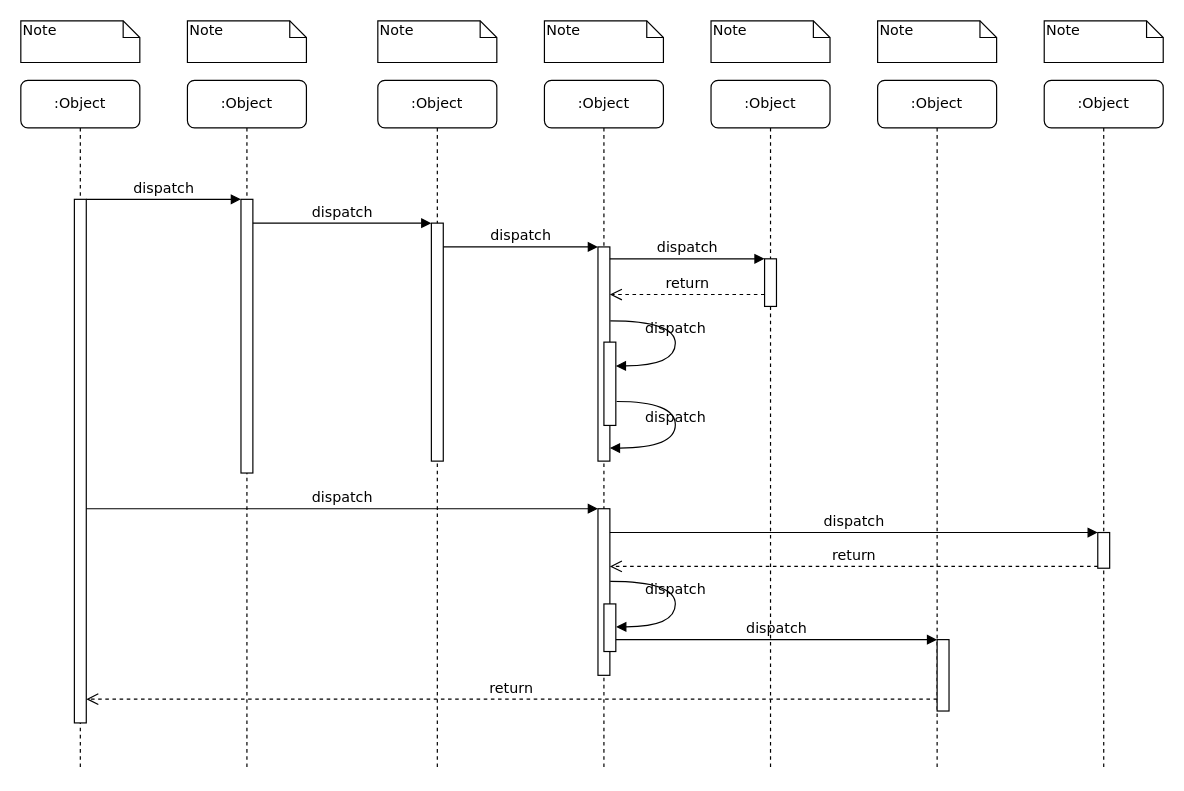
Above: jwt-apollo-sequence.drawio in yindongjun/drawio-2 (draw.io), before the change. Source tidied: cells renumbered, new cells numbered last; positions are measured from the earlier drawing's top-left corner, leaving out a move shared by most shapes. Both pictures are drawn from the tidied source at 119%, with x=0, y=0 at pixel (20, 20).
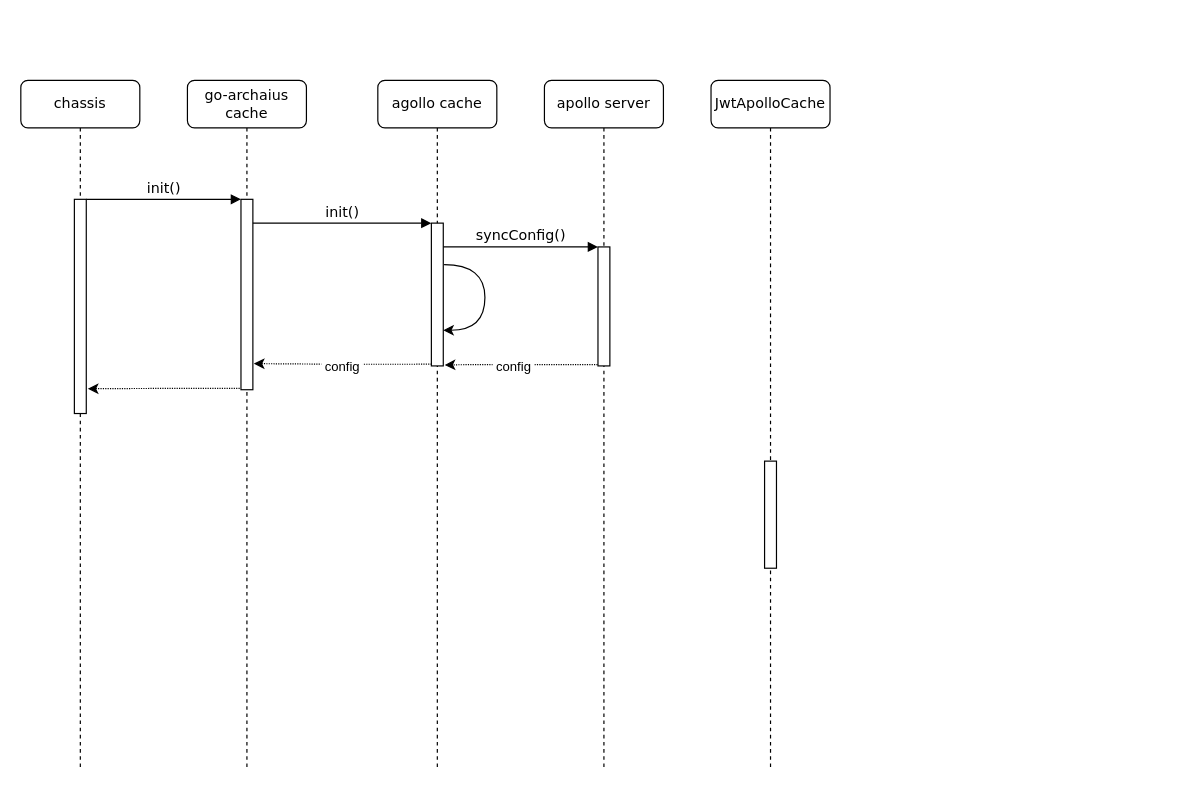
The same page after the edit.

Change to the diagram source:
```diff
@@
-    <mxCell id="2" value=":Object" style="shape=umlLifeline;perimeter=lifelinePerimeter;whiteSpace=wrap;html=1;rounded=1;shadow=0;comic=0;labelBackgroundColor=none;strokeWidth=1;fontFamily=Verdana;fontSize=12;align=center;" parent="1" vertex="1">
+    <mxCell id="2" value="go-archaius cache" style="shape=umlLifeline;perimeter=lifelinePerimeter;whiteSpace=wrap;html=1;rounded=1;shadow=0;comic=0;labelBackgroundColor=none;strokeWidth=1;fontFamily=Verdana;fontSize=12;align=center;" parent="1" vertex="1">
       <mxGeometry x="140" y="50" width="100" height="580" as="geometry" />
     </mxCell>
     <mxCell id="3" style="html=1;points=[];perimeter=orthogonalPerimeter;rounded=0;shadow=0;comic=0;labelBackgroundColor=none;strokeWidth=1;fontFamily=Verdana;fontSize=12;align=center;" parent="2" vertex="1">
-      <mxGeometry x="45" y="100" width="10" height="230" as="geometry" />
+      <mxGeometry x="45" y="100" width="10" height="160" as="geometry" />
     </mxCell>
-    <mxCell id="4" value=":Object" style="shape=umlLifeline;perimeter=lifelinePerimeter;whiteSpace=wrap;html=1;rounded=1;shadow=0;comic=0;labelBackgroundColor=none;strokeWidth=1;fontFamily=Verdana;fontSize=12;align=center;" parent="1" vertex="1">
+    <mxCell id="4" value="agollo cache" style="shape=umlLifeline;perimeter=lifelinePerimeter;whiteSpace=wrap;html=1;rounded=1;shadow=0;comic=0;labelBackgroundColor=none;strokeWidth=1;fontFamily=Verdana;fontSize=12;align=center;" parent="1" vertex="1">
       <mxGeometry x="300" y="50" width="100" height="580" as="geometry" />
     </mxCell>
     <mxCell id="5" style="html=1;points=[];perimeter=orthogonalPerimeter;rounded=0;shadow=0;comic=0;labelBackgroundColor=none;strokeWidth=1;fontFamily=Verdana;fontSize=12;align=center;" parent="4" vertex="1">
-      <mxGeometry x="45" y="120" width="10" height="200" as="geometry" />
+      <mxGeometry x="45" y="120" width="10" height="120" as="geometry" />
     </mxCell>
+    <mxCell id="39" style="edgeStyle=orthogonalEdgeStyle;orthogonalLoop=1;jettySize=auto;html=1;entryX=0.996;entryY=0.75;entryDx=0;entryDy=0;entryPerimeter=0;exitX=1.067;exitY=0.291;exitDx=0;exitDy=0;exitPerimeter=0;curved=1;" parent="4" edge="1" source="5" target="5">
+      <mxGeometry relative="1" as="geometry">
+        <Array as="points">
+          <mxPoint x="90" y="155" />
+          <mxPoint x="90" y="210" />
+        </Array>
+      </mxGeometry>
+    </mxCell>
-    <mxCell id="6" value=":Object" style="shape=umlLifeline;perimeter=lifelinePerimeter;whiteSpace=wrap;html=1;rounded=1;shadow=0;comic=0;labelBackgroundColor=none;strokeWidth=1;fontFamily=Verdana;fontSize=12;align=center;" parent="1" vertex="1">
+    <mxCell id="6" value="apollo server" style="shape=umlLifeline;perimeter=lifelinePerimeter;whiteSpace=wrap;html=1;rounded=1;shadow=0;comic=0;labelBackgroundColor=none;strokeWidth=1;fontFamily=Verdana;fontSize=12;align=center;" parent="1" vertex="1">
       <mxGeometry x="440" y="50" width="100" height="580" as="geometry" />
     </mxCell>
-    <mxCell id="7" value=":Object" style="shape=umlLifeline;perimeter=lifelinePerimeter;whiteSpace=wrap;html=1;rounded=1;shadow=0;comic=0;labelBackgroundColor=none;strokeWidth=1;fontFamily=Verdana;fontSize=12;align=center;" parent="1" vertex="1">
+    <mxCell id="7" value="JwtApolloCache" style="shape=umlLifeline;perimeter=lifelinePerimeter;whiteSpace=wrap;html=1;rounded=1;shadow=0;comic=0;labelBackgroundColor=none;strokeWidth=1;fontFamily=Verdana;fontSize=12;align=center;" parent="1" vertex="1">
       <mxGeometry x="580" y="50" width="100" height="580" as="geometry" />
     </mxCell>
-    <mxCell id="8" value=":Object" style="shape=umlLifeline;perimeter=lifelinePerimeter;whiteSpace=wrap;html=1;rounded=1;shadow=0;comic=0;labelBackgroundColor=none;strokeWidth=1;fontFamily=Verdana;fontSize=12;align=center;" parent="1" vertex="1">
-      <mxGeometry x="720" y="50" width="100" height="580" as="geometry" />
-    </mxCell>
-    <mxCell id="9" value=":Object" style="shape=umlLifeline;perimeter=lifelinePerimeter;whiteSpace=wrap;html=1;rounded=1;shadow=0;comic=0;labelBackgroundColor=none;strokeWidth=1;fontFamily=Verdana;fontSize=12;align=center;" parent="1" vertex="1">
-      <mxGeometry x="860" y="50" width="100" height="580" as="geometry" />
-    </mxCell>
+    <mxCell id="40" style="html=1;perimeter=orthogonalPerimeter;rounded=0;shadow=0;comic=0;labelBackgroundColor=none;strokeWidth=1;fontFamily=Verdana;fontSize=12;align=center;" parent="7" vertex="1">
+      <mxGeometry x="45" y="320" width="10" height="90" as="geometry" />
+    </mxCell>
-    <mxCell id="10" value=":Object" style="shape=umlLifeline;perimeter=lifelinePerimeter;whiteSpace=wrap;html=1;rounded=1;shadow=0;comic=0;labelBackgroundColor=none;strokeWidth=1;fontFamily=Verdana;fontSize=12;align=center;" parent="1" vertex="1">
+    <mxCell id="10" value="chassis" style="shape=umlLifeline;perimeter=lifelinePerimeter;whiteSpace=wrap;html=1;rounded=1;shadow=0;comic=0;labelBackgroundColor=none;strokeWidth=1;fontFamily=Verdana;fontSize=12;align=center;" parent="1" vertex="1">
       <mxGeometry y="50" width="100" height="580" as="geometry" />
     </mxCell>
     <mxCell id="11" style="html=1;points=[];perimeter=orthogonalPerimeter;rounded=0;shadow=0;comic=0;labelBackgroundColor=none;strokeWidth=1;fontFamily=Verdana;fontSize=12;align=center;" parent="10" vertex="1">
-      <mxGeometry x="45" y="100" width="10" height="440" as="geometry" />
+      <mxGeometry x="45" y="100" width="10" height="180" as="geometry" />
     </mxCell>
+    <mxCell id="41" style="edgeStyle=orthogonalEdgeStyle;rounded=0;jettySize=auto;html=1;entryX=1.118;entryY=0.993;entryDx=0;entryDy=0;entryPerimeter=0;exitX=-0.033;exitY=0.989;exitDx=0;exitDy=0;exitPerimeter=0;dashed=1;dashPattern=1 1;" parent="1" edge="1" source="12" target="5">
+      <mxGeometry relative="1" as="geometry">
+        <Array as="points">
+          <mxPoint x="380" y="289" />
+          <mxPoint x="380" y="289" />
+        </Array>
+      </mxGeometry>
+    </mxCell>
+    <mxCell id="42" value="&amp;nbsp;config&amp;nbsp;" style="edgeLabel;html=1;align=center;verticalAlign=middle;" parent="41" vertex="1">
+      <mxGeometry x="0.11" y="2" relative="1" as="geometry" />
+    </mxCell>
     <mxCell id="12" style="html=1;points=[];perimeter=orthogonalPerimeter;rounded=0;shadow=0;comic=0;labelBackgroundColor=none;strokeWidth=1;fontFamily=Verdana;fontSize=12;align=center;" parent="1" vertex="1">
-      <mxGeometry x="485" y="190" width="10" height="180" as="geometry" />
+      <mxGeometry x="485" y="190" width="10" height="100" as="geometry" />
     </mxCell>
-    <mxCell id="13" value="dispatch" style="html=1;verticalAlign=bottom;endArrow=block;labelBackgroundColor=none;fontFamily=Verdana;fontSize=12;edgeStyle=elbowEdgeStyle;elbow=vertical;" parent="1" edge="1" source="5" target="12">
+    <mxCell id="13" value="syncConfig()" style="html=1;verticalAlign=bottom;endArrow=block;labelBackgroundColor=none;fontFamily=Verdana;fontSize=12;edgeStyle=elbowEdgeStyle;elbow=vertical;" parent="1" edge="1" source="5" target="12">
       <mxGeometry relative="1" as="geometry">
         <Array as="points">
           <mxPoint x="360" y="190" />
         </Array>
       </mxGeometry>
     </mxCell>
-    <mxCell id="14" style="html=1;points=[];perimeter=orthogonalPerimeter;rounded=0;shadow=0;comic=0;labelBackgroundColor=none;strokeWidth=1;fontFamily=Verdana;fontSize=12;align=center;" parent="1" vertex="1">
-      <mxGeometry x="625" y="200" width="10" height="40" as="geometry" />
-    </mxCell>
-    <mxCell id="15" value="dispatch" style="html=1;verticalAlign=bottom;endArrow=block;entryX=0;entryY=0;labelBackgroundColor=none;fontFamily=Verdana;fontSize=12;edgeStyle=elbowEdgeStyle;elbow=vertical;" parent="1" edge="1" source="12" target="14">
-      <mxGeometry relative="1" as="geometry" />
-    </mxCell>
-    <mxCell id="16" value="return" style="html=1;verticalAlign=bottom;endArrow=open;dashed=1;endSize=8;labelBackgroundColor=none;fontFamily=Verdana;fontSize=12;edgeStyle=elbowEdgeStyle;elbow=vertical;" parent="1" edge="1" source="14" target="12">
-      <mxGeometry relative="1" as="geometry">
-        <Array as="points">
-          <mxPoint x="570" y="230" />
-          <mxPoint x="600" y="230" />
-        </Array>
-      </mxGeometry>
-    </mxCell>
-    <mxCell id="17" style="html=1;points=[];perimeter=orthogonalPerimeter;rounded=0;shadow=0;comic=0;labelBackgroundColor=none;strokeWidth=1;fontFamily=Verdana;fontSize=12;align=center;" parent="1" vertex="1">
-      <mxGeometry x="485" y="410" width="10" height="140" as="geometry" />
-    </mxCell>
-    <mxCell id="18" value="dispatch" style="html=1;verticalAlign=bottom;endArrow=block;entryX=0;entryY=0;labelBackgroundColor=none;fontFamily=Verdana;fontSize=12;" parent="1" edge="1" source="11" target="17">
-      <mxGeometry relative="1" as="geometry" />
-    </mxCell>
-    <mxCell id="19" style="html=1;points=[];perimeter=orthogonalPerimeter;rounded=0;shadow=0;comic=0;labelBackgroundColor=none;strokeColor=#000000;strokeWidth=1;fillColor=#FFFFFF;fontFamily=Verdana;fontSize=12;fontColor=#000000;align=center;" parent="1" vertex="1">
-      <mxGeometry x="905" y="430" width="10" height="30" as="geometry" />
-    </mxCell>
-    <mxCell id="20" value="dispatch" style="html=1;verticalAlign=bottom;endArrow=block;entryX=0;entryY=0;labelBackgroundColor=none;fontFamily=Verdana;fontSize=12;" parent="1" edge="1" source="17" target="19">
-      <mxGeometry relative="1" as="geometry" />
-    </mxCell>
-    <mxCell id="21" value="return" style="html=1;verticalAlign=bottom;endArrow=open;dashed=1;endSize=8;exitX=0;exitY=0.95;labelBackgroundColor=none;fontFamily=Verdana;fontSize=12;" parent="1" edge="1" source="19" target="17">
-      <mxGeometry relative="1" as="geometry" />
-    </mxCell>
-    <mxCell id="22" style="html=1;points=[];perimeter=orthogonalPerimeter;rounded=0;shadow=0;comic=0;labelBackgroundColor=none;strokeWidth=1;fontFamily=Verdana;fontSize=12;align=center;" parent="1" vertex="1">
-      <mxGeometry x="770" y="520" width="10" height="60" as="geometry" />
-    </mxCell>
-    <mxCell id="23" value="dispatch" style="html=1;verticalAlign=bottom;endArrow=block;entryX=0;entryY=0;labelBackgroundColor=none;fontFamily=Verdana;fontSize=12;edgeStyle=elbowEdgeStyle;elbow=vertical;" parent="1" edge="1" source="30" target="22">
-      <mxGeometry relative="1" as="geometry" />
-    </mxCell>
-    <mxCell id="24" value="return" style="html=1;verticalAlign=bottom;endArrow=open;dashed=1;endSize=8;labelBackgroundColor=none;fontFamily=Verdana;fontSize=12;edgeStyle=elbowEdgeStyle;elbow=vertical;" parent="1" edge="1" source="22" target="11">
-      <mxGeometry relative="1" as="geometry">
-        <Array as="points">
-          <mxPoint x="470" y="570" />
-        </Array>
-      </mxGeometry>
-    </mxCell>
-    <mxCell id="25" value="dispatch" style="html=1;verticalAlign=bottom;endArrow=block;entryX=0;entryY=0;labelBackgroundColor=none;fontFamily=Verdana;fontSize=12;edgeStyle=elbowEdgeStyle;elbow=vertical;" parent="1" edge="1" source="11" target="3">
+    <mxCell id="25" value="init()" style="html=1;verticalAlign=bottom;endArrow=block;entryX=0;entryY=0;labelBackgroundColor=none;fontFamily=Verdana;fontSize=12;edgeStyle=elbowEdgeStyle;elbow=vertical;" parent="1" edge="1" source="11" target="3">
       <mxGeometry relative="1" as="geometry" />
     </mxCell>
-    <mxCell id="26" value="dispatch" style="html=1;verticalAlign=bottom;endArrow=block;entryX=0;entryY=0;labelBackgroundColor=none;fontFamily=Verdana;fontSize=12;edgeStyle=elbowEdgeStyle;elbow=vertical;" parent="1" edge="1" source="3" target="5">
+    <mxCell id="26" value="init()" style="html=1;verticalAlign=bottom;endArrow=block;entryX=0;entryY=0;labelBackgroundColor=none;fontFamily=Verdana;fontSize=12;edgeStyle=elbowEdgeStyle;elbow=vertical;" parent="1" edge="1" source="3" target="5">
       <mxGeometry relative="1" as="geometry" />
     </mxCell>
-    <mxCell id="27" style="html=1;points=[];perimeter=orthogonalPerimeter;rounded=0;shadow=0;comic=0;labelBackgroundColor=none;strokeWidth=1;fontFamily=Verdana;fontSize=12;align=center;" parent="1" vertex="1">
-      <mxGeometry x="490" y="270" width="10" height="70" as="geometry" />
-    </mxCell>
-    <mxCell id="28" value="dispatch" style="html=1;verticalAlign=bottom;endArrow=block;labelBackgroundColor=none;fontFamily=Verdana;fontSize=12;elbow=vertical;edgeStyle=orthogonalEdgeStyle;curved=1;entryX=1;entryY=0.286;entryPerimeter=0;exitX=1.038;exitY=0.345;exitPerimeter=0;" parent="1" edge="1" source="12" target="27">
-      <mxGeometry relative="1" as="geometry">
-        <Array as="points">
-          <mxPoint x="550" y="252" />
-          <mxPoint x="550" y="290" />
-        </Array>
-      </mxGeometry>
-    </mxCell>
-    <mxCell id="29" value="dispatch" style="html=1;verticalAlign=bottom;endArrow=block;labelBackgroundColor=none;fontFamily=Verdana;fontSize=12;elbow=vertical;edgeStyle=orthogonalEdgeStyle;curved=1;exitX=1.066;exitY=0.713;exitPerimeter=0;" parent="1" edge="1" source="27">
-      <mxGeometry relative="1" as="geometry">
-        <mxPoint x="495" y="359" as="targetPoint" />
-        <Array as="points">
-          <mxPoint x="550" y="320" />
-          <mxPoint x="550" y="359" />
-        </Array>
-      </mxGeometry>
-    </mxCell>
-    <mxCell id="30" style="html=1;points=[];perimeter=orthogonalPerimeter;rounded=0;shadow=0;comic=0;labelBackgroundColor=none;strokeWidth=1;fontFamily=Verdana;fontSize=12;align=center;" parent="1" vertex="1">
-      <mxGeometry x="490" y="490" width="10" height="40" as="geometry" />
-    </mxCell>
-    <mxCell id="31" value="dispatch" style="html=1;verticalAlign=bottom;endArrow=block;labelBackgroundColor=none;fontFamily=Verdana;fontSize=12;elbow=vertical;edgeStyle=orthogonalEdgeStyle;curved=1;entryX=1;entryY=0.286;entryPerimeter=0;exitX=1.038;exitY=0.345;exitPerimeter=0;" parent="1" edge="1">
-      <mxGeometry relative="1" as="geometry">
-        <mxPoint x="495.3" y="471" as="sourcePoint" />
-        <mxPoint x="500.3" y="509.3" as="targetPoint" />
-        <Array as="points">
-          <mxPoint x="550" y="471" />
-          <mxPoint x="550" y="509" />
-        </Array>
-      </mxGeometry>
-    </mxCell>
-    <mxCell id="32" value="Note" style="shape=note;whiteSpace=wrap;html=1;size=14;verticalAlign=top;align=left;spacingTop=-6;rounded=0;shadow=0;comic=0;labelBackgroundColor=none;strokeWidth=1;fontFamily=Verdana;fontSize=12;" parent="1" vertex="1">
-      <mxGeometry width="100" height="35" as="geometry" />
-    </mxCell>
-    <mxCell id="33" value="Note" style="shape=note;whiteSpace=wrap;html=1;size=14;verticalAlign=top;align=left;spacingTop=-6;rounded=0;shadow=0;comic=0;labelBackgroundColor=none;strokeWidth=1;fontFamily=Verdana;fontSize=12;" parent="1" vertex="1">
-      <mxGeometry x="140" width="100" height="35" as="geometry" />
-    </mxCell>
-    <mxCell id="34" value="Note" style="shape=note;whiteSpace=wrap;html=1;size=14;verticalAlign=top;align=left;spacingTop=-6;rounded=0;shadow=0;comic=0;labelBackgroundColor=none;strokeWidth=1;fontFamily=Verdana;fontSize=12;" parent="1" vertex="1">
-      <mxGeometry x="300" width="100" height="35" as="geometry" />
-    </mxCell>
-    <mxCell id="35" value="Note" style="shape=note;whiteSpace=wrap;html=1;size=14;verticalAlign=top;align=left;spacingTop=-6;rounded=0;shadow=0;comic=0;labelBackgroundColor=none;strokeWidth=1;fontFamily=Verdana;fontSize=12;" parent="1" vertex="1">
-      <mxGeometry x="440" width="100" height="35" as="geometry" />
-    </mxCell>
-    <mxCell id="36" value="Note" style="shape=note;whiteSpace=wrap;html=1;size=14;verticalAlign=top;align=left;spacingTop=-6;rounded=0;shadow=0;comic=0;labelBackgroundColor=none;strokeWidth=1;fontFamily=Verdana;fontSize=12;" parent="1" vertex="1">
-      <mxGeometry x="580" width="100" height="35" as="geometry" />
-    </mxCell>
-    <mxCell id="37" value="Note" style="shape=note;whiteSpace=wrap;html=1;size=14;verticalAlign=top;align=left;spacingTop=-6;rounded=0;shadow=0;comic=0;labelBackgroundColor=none;strokeWidth=1;fontFamily=Verdana;fontSize=12;" parent="1" vertex="1">
-      <mxGeometry x="720" width="100" height="35" as="geometry" />
-    </mxCell>
-    <mxCell id="38" value="Note" style="shape=note;whiteSpace=wrap;html=1;size=14;verticalAlign=top;align=left;spacingTop=-6;rounded=0;shadow=0;comic=0;labelBackgroundColor=none;strokeWidth=1;fontFamily=Verdana;fontSize=12;" parent="1" vertex="1">
-      <mxGeometry x="860" width="100" height="35" as="geometry" />
-    </mxCell>
+    <mxCell id="43" style="edgeStyle=orthogonalEdgeStyle;rounded=0;jettySize=auto;html=1;exitX=-0.108;exitY=0.993;exitDx=0;exitDy=0;exitPerimeter=0;entryX=1.129;entryY=0.884;entryDx=0;entryDy=0;entryPerimeter=0;dashed=1;dashPattern=1 1;" parent="1" edge="1" source="3" target="11">
+      <mxGeometry relative="1" as="geometry" />
+    </mxCell>
+    <mxCell id="44" style="edgeStyle=orthogonalEdgeStyle;rounded=0;jettySize=auto;html=1;dashed=1;dashPattern=1 1;exitX=0.028;exitY=0.988;exitDx=0;exitDy=0;exitPerimeter=0;entryX=1.083;entryY=0.863;entryDx=0;entryDy=0;entryPerimeter=0;" parent="1" edge="1" source="5" target="3">
+      <mxGeometry relative="1" as="geometry" />
+    </mxCell>
+    <mxCell id="45" value="&amp;nbsp;config&amp;nbsp;" style="edgeLabel;html=1;align=center;verticalAlign=middle;" parent="44" vertex="1">
+      <mxGeometry x="0.27" y="1" relative="1" as="geometry">
+        <mxPoint x="19" y="1" as="offset" />
+      </mxGeometry>
+    </mxCell>
```
